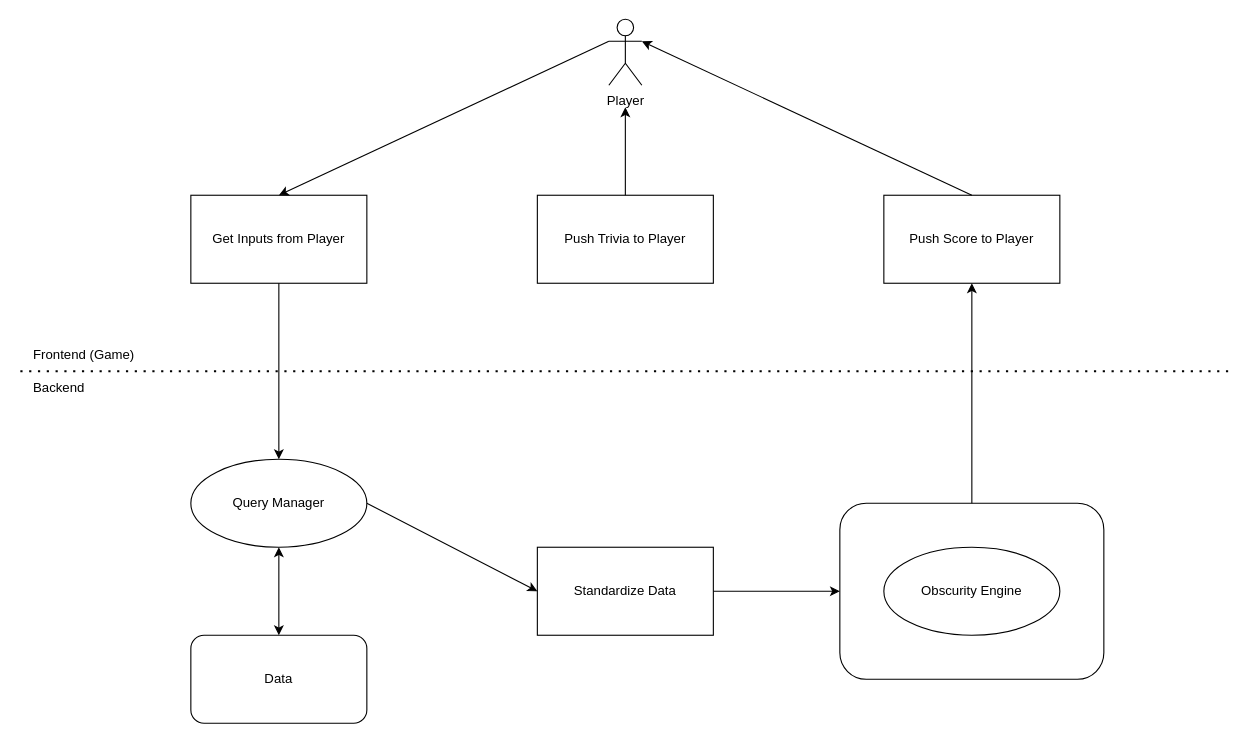
Above: design/diagrams/working-files/mid-level.drawio in BlairBowen/Knowball (draw.io), before the change. Source tidied: cells renumbered, new cells numbered last; positions are measured from the earlier drawing's top-left corner, leaving out a move shared by most shapes. Both pictures are drawn from the tidied source at 110%, with x=0, y=0 at pixel (20, 19).
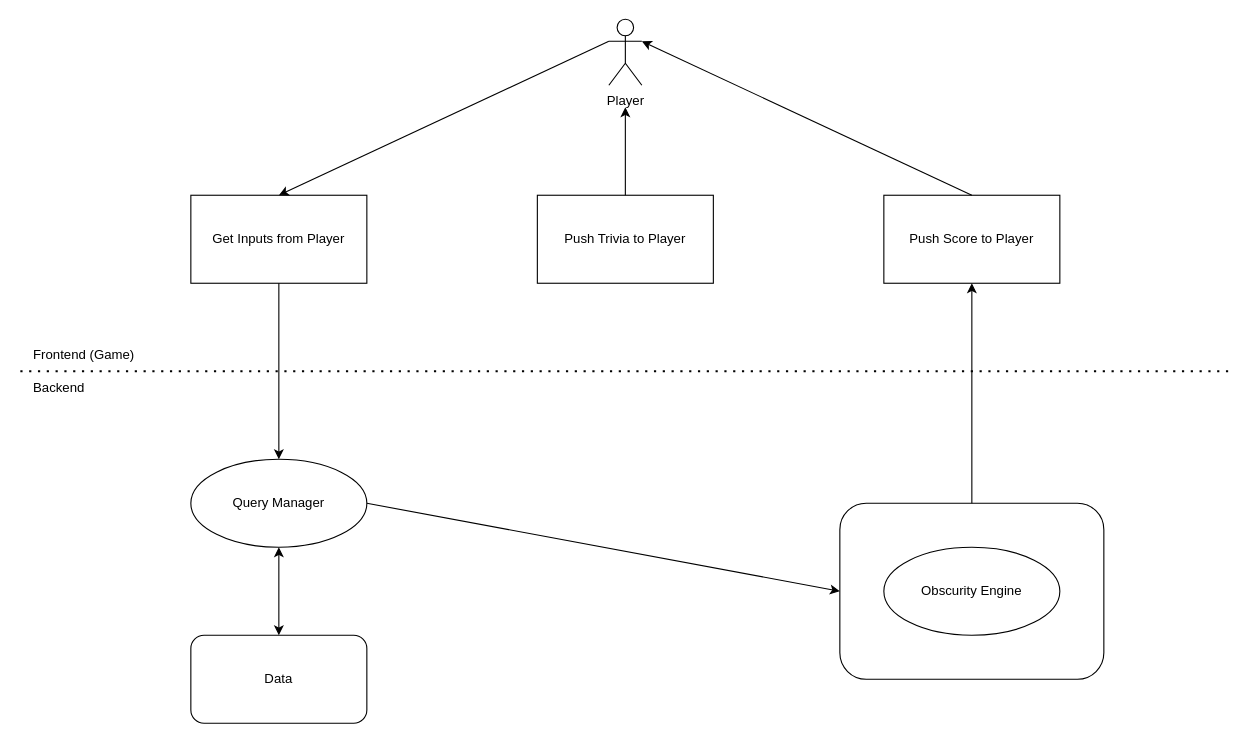
The same diagram, later.

Unchanged cells that the change refers to:
```xml
<mxCell id="2" style="rounded=1;whiteSpace=wrap;html=1;" parent="1" vertex="1">
  <mxGeometry x="745" y="440" width="240" height="160" as="geometry" />
</mxCell>
<mxCell id="13" value="Query Manager" style="ellipse;whiteSpace=wrap;html=1;" parent="1" vertex="1">
  <mxGeometry x="155" y="400" width="160" height="80" as="geometry" />
</mxCell>
```

Change to the diagram source:
```diff
@@
-    <mxCell id="19" value="Standardize Data" style="rounded=0;whiteSpace=wrap;html=1;" parent="1" vertex="1">
-      <mxGeometry x="470" y="480" width="160" height="80" as="geometry" />
-    </mxCell>
-    <mxCell id="20" style="endArrow=classic;html=1;rounded=0;exitX=1;exitY=0.5;exitDx=0;exitDy=0;entryX=0;entryY=0.5;entryDx=0;entryDy=0;" parent="1" edge="1" source="13" target="19">
+    <mxCell id="20" style="endArrow=classic;html=1;rounded=0;exitX=1;exitY=0.5;exitDx=0;exitDy=0;entryX=0;entryY=0.5;entryDx=0;entryDy=0;" parent="1" edge="1" source="13" target="2">
       <mxGeometry relative="1" as="geometry" />
     </mxCell>
-    <mxCell id="21" style="endArrow=classic;html=1;rounded=0;exitX=1;exitY=0.5;exitDx=0;exitDy=0;entryX=0;entryY=0.5;entryDx=0;entryDy=0;" parent="1" edge="1" source="19" target="2">
-      <mxGeometry relative="1" as="geometry" />
-    </mxCell>
```
